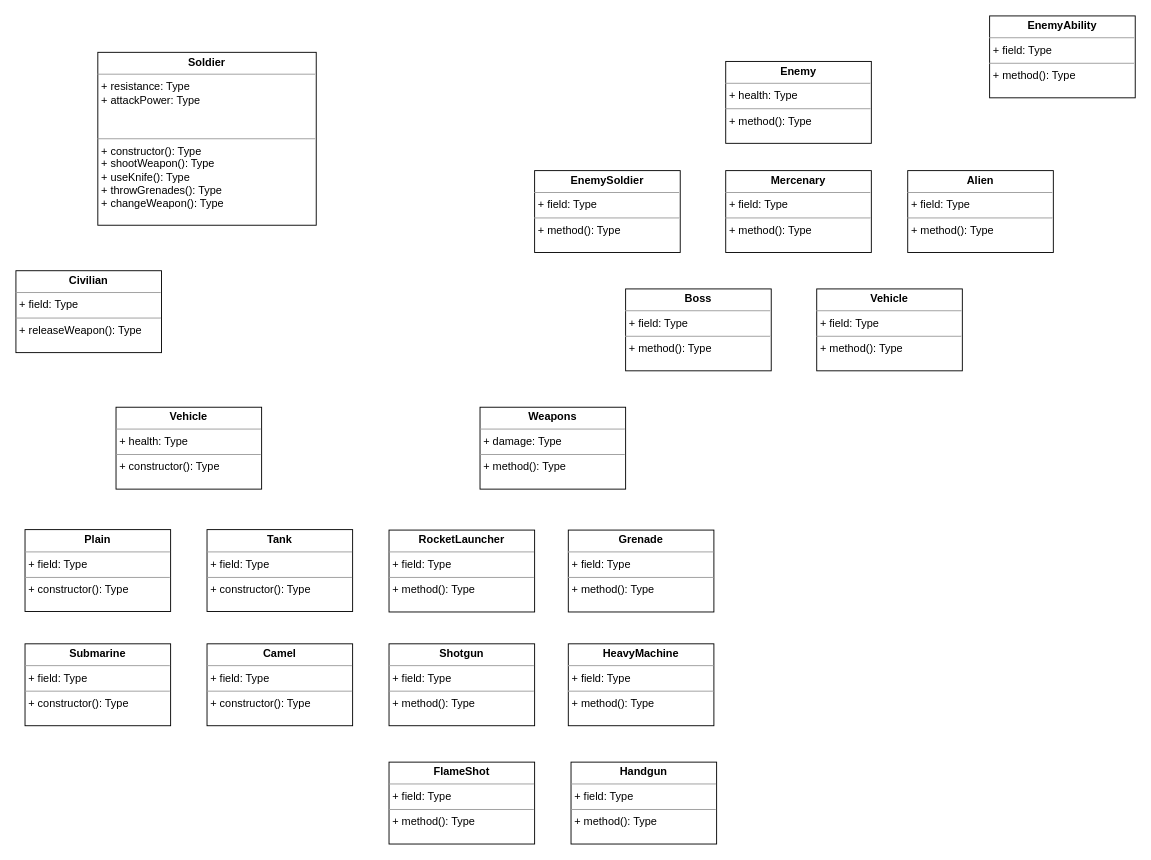
Earlier version of the draw.io diagram katas/metal-slug/samuel/DiagramClass.drawio (fjcoding/AT-BC-LAT-01). Source tidied: cells renumbered, new cells numbered last; positions are measured from the earlier drawing's top-left corner, leaving out a move shared by most shapes. Both pictures are drawn from the tidied source at 91%, with x=0, y=0 at pixel (15, 15).
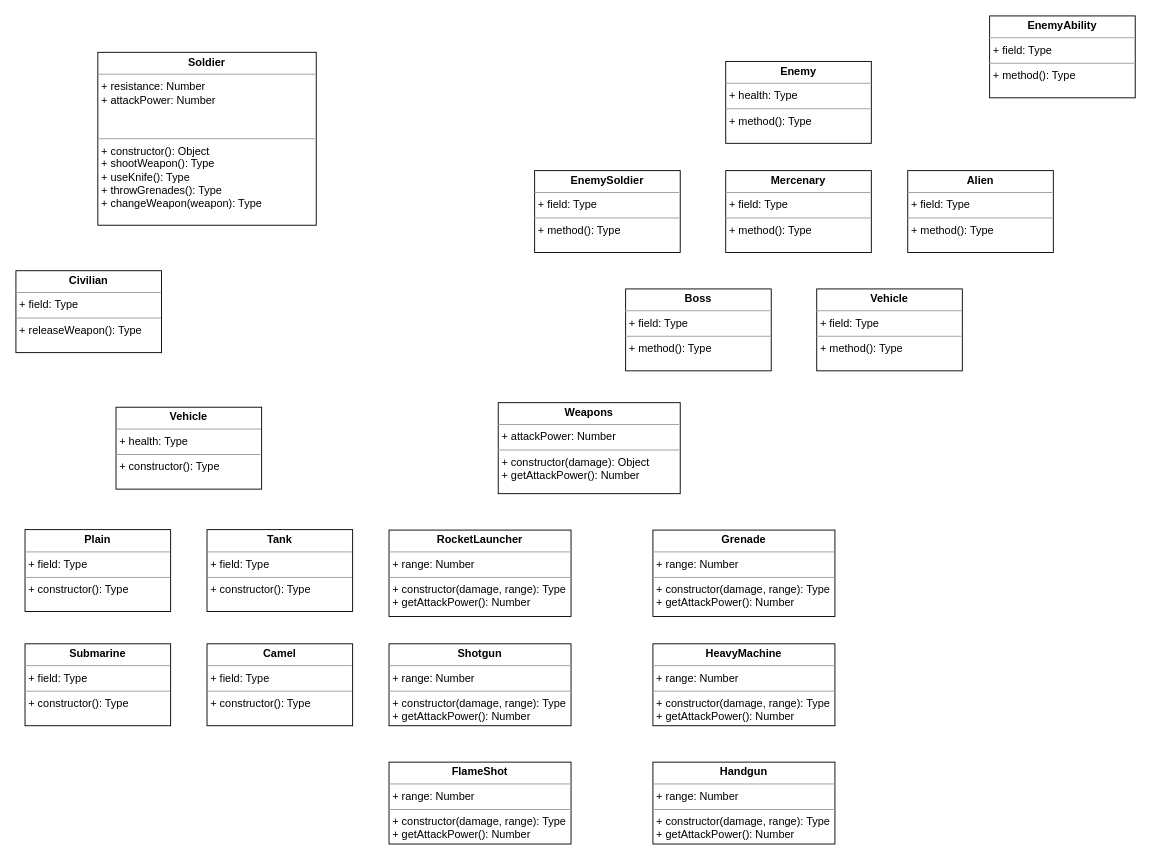
After the change.

Diff of the diagram source:
```diff
@@
-    <mxCell id="2" value="&lt;p style=&quot;margin: 0px ; margin-top: 4px ; text-align: center&quot;&gt;&lt;b&gt;Soldier&lt;/b&gt;&lt;/p&gt;&lt;hr size=&quot;1&quot;&gt;&lt;p style=&quot;margin: 0px ; margin-left: 4px&quot;&gt;&lt;span&gt;+ resistance: Type&lt;/span&gt;&lt;br&gt;&lt;/p&gt;&lt;p style=&quot;margin: 0px 0px 0px 4px&quot;&gt;+ attackPower: Type&lt;/p&gt;&lt;br&gt;&lt;p style=&quot;margin: 0px ; margin-left: 4px&quot;&gt;&amp;nbsp;&lt;/p&gt;&lt;hr size=&quot;1&quot;&gt;&lt;p style=&quot;margin: 0px 0px 0px 4px&quot;&gt;+ constructor(): Type&lt;/p&gt;&lt;p style=&quot;margin: 0px ; margin-left: 4px&quot;&gt;+ shootWeapon(): Type&lt;/p&gt;&lt;p style=&quot;margin: 0px 0px 0px 4px&quot;&gt;+ useKnife(): Type&lt;/p&gt;&lt;p style=&quot;margin: 0px 0px 0px 4px&quot;&gt;+ throwGrenades(): Type&lt;/p&gt;&lt;p style=&quot;margin: 0px 0px 0px 4px&quot;&gt;+ changeWeapon(): Type&lt;/p&gt;&lt;p style=&quot;margin: 0px 0px 0px 4px&quot;&gt;&lt;br&gt;&lt;/p&gt;" style="verticalAlign=top;align=left;overflow=fill;fontSize=12;fontFamily=Helvetica;html=1;" parent="1" vertex="1">
+    <mxCell id="2" value="&lt;p style=&quot;margin: 0px ; margin-top: 4px ; text-align: center&quot;&gt;&lt;b&gt;Soldier&lt;/b&gt;&lt;/p&gt;&lt;hr size=&quot;1&quot;&gt;&lt;p style=&quot;margin: 0px ; margin-left: 4px&quot;&gt;&lt;span&gt;+ resistance: Number&lt;/span&gt;&lt;br&gt;&lt;/p&gt;&lt;p style=&quot;margin: 0px 0px 0px 4px&quot;&gt;+ attackPower: Number&lt;/p&gt;&lt;br&gt;&lt;p style=&quot;margin: 0px ; margin-left: 4px&quot;&gt;&amp;nbsp;&lt;/p&gt;&lt;hr size=&quot;1&quot;&gt;&lt;p style=&quot;margin: 0px 0px 0px 4px&quot;&gt;+ constructor(): Object&lt;/p&gt;&lt;p style=&quot;margin: 0px ; margin-left: 4px&quot;&gt;+ shootWeapon(): Type&lt;/p&gt;&lt;p style=&quot;margin: 0px 0px 0px 4px&quot;&gt;+ useKnife(): Type&lt;/p&gt;&lt;p style=&quot;margin: 0px 0px 0px 4px&quot;&gt;+ throwGrenades(): Type&lt;/p&gt;&lt;p style=&quot;margin: 0px 0px 0px 4px&quot;&gt;+ changeWeapon(weapon): Type&lt;/p&gt;&lt;p style=&quot;margin: 0px 0px 0px 4px&quot;&gt;&lt;br&gt;&lt;/p&gt;" style="verticalAlign=top;align=left;overflow=fill;fontSize=12;fontFamily=Helvetica;html=1;" parent="1" vertex="1">
       <mxGeometry x="90" y="40" width="240" height="190" as="geometry" />
     </mxCell>
@@
-    <mxCell id="6" value="&lt;p style=&quot;margin: 0px ; margin-top: 4px ; text-align: center&quot;&gt;&lt;b&gt;Weapons&lt;/b&gt;&lt;/p&gt;&lt;hr size=&quot;1&quot;&gt;&lt;p style=&quot;margin: 0px ; margin-left: 4px&quot;&gt;+ damage: Type&lt;/p&gt;&lt;hr size=&quot;1&quot;&gt;&lt;p style=&quot;margin: 0px ; margin-left: 4px&quot;&gt;+ method(): Type&lt;/p&gt;" style="verticalAlign=top;align=left;overflow=fill;fontSize=12;fontFamily=Helvetica;html=1;" parent="1" vertex="1">
-      <mxGeometry x="510" y="430" width="160" height="90" as="geometry" />
+    <mxCell id="6" value="&lt;p style=&quot;margin: 0px ; margin-top: 4px ; text-align: center&quot;&gt;&lt;b&gt;Weapons&lt;/b&gt;&lt;/p&gt;&lt;hr size=&quot;1&quot;&gt;&lt;p style=&quot;margin: 0px ; margin-left: 4px&quot;&gt;+ attackPower: Number&lt;/p&gt;&lt;hr size=&quot;1&quot;&gt;&lt;p style=&quot;margin: 0px ; margin-left: 4px&quot;&gt;+ constructor(damage): Object&lt;/p&gt;&lt;p style=&quot;margin: 0px ; margin-left: 4px&quot;&gt;+ getAttackPower(): Number&lt;br&gt;&lt;/p&gt;" style="verticalAlign=top;align=left;overflow=fill;fontSize=12;fontFamily=Helvetica;html=1;" parent="1" vertex="1">
+      <mxGeometry x="530" y="425" width="200" height="100" as="geometry" />
     </mxCell>
@@
-    <mxCell id="11" value="&lt;p style=&quot;margin: 0px ; margin-top: 4px ; text-align: center&quot;&gt;&lt;b&gt;Grenade&lt;/b&gt;&lt;/p&gt;&lt;hr size=&quot;1&quot;&gt;&lt;p style=&quot;margin: 0px ; margin-left: 4px&quot;&gt;+ field: Type&lt;/p&gt;&lt;hr size=&quot;1&quot;&gt;&lt;p style=&quot;margin: 0px ; margin-left: 4px&quot;&gt;+ method(): Type&lt;/p&gt;" style="verticalAlign=top;align=left;overflow=fill;fontSize=12;fontFamily=Helvetica;html=1;" parent="1" vertex="1">
-      <mxGeometry x="607" y="565" width="160" height="90" as="geometry" />
+    <mxCell id="11" value="&lt;p style=&quot;margin: 0px ; margin-top: 4px ; text-align: center&quot;&gt;&lt;b&gt;Grenade&lt;/b&gt;&lt;/p&gt;&lt;hr size=&quot;1&quot;&gt;&lt;p style=&quot;margin: 0px ; margin-left: 4px&quot;&gt;+ range: Number&lt;/p&gt;&lt;hr size=&quot;1&quot;&gt;&lt;p style=&quot;margin: 0px ; margin-left: 4px&quot;&gt;+ constructor(damage, range): Type&lt;br&gt;&lt;/p&gt;&lt;p style=&quot;margin: 0px ; margin-left: 4px&quot;&gt;+ getAttackPower(): Number&lt;br&gt;&lt;/p&gt;" style="verticalAlign=top;align=left;overflow=fill;fontSize=12;fontFamily=Helvetica;html=1;" parent="1" vertex="1">
+      <mxGeometry x="700" y="565" width="200" height="95" as="geometry" />
     </mxCell>
-    <mxCell id="12" value="&lt;p style=&quot;margin: 0px ; margin-top: 4px ; text-align: center&quot;&gt;&lt;b&gt;Shotgun&lt;/b&gt;&lt;/p&gt;&lt;hr size=&quot;1&quot;&gt;&lt;p style=&quot;margin: 0px ; margin-left: 4px&quot;&gt;+ field: Type&lt;/p&gt;&lt;hr size=&quot;1&quot;&gt;&lt;p style=&quot;margin: 0px ; margin-left: 4px&quot;&gt;+ method(): Type&lt;/p&gt;" style="verticalAlign=top;align=left;overflow=fill;fontSize=12;fontFamily=Helvetica;html=1;" parent="1" vertex="1">
-      <mxGeometry x="410" y="690" width="160" height="90" as="geometry" />
+    <mxCell id="12" value="&lt;p style=&quot;margin: 0px ; margin-top: 4px ; text-align: center&quot;&gt;&lt;b&gt;Shotgun&lt;/b&gt;&lt;/p&gt;&lt;hr size=&quot;1&quot;&gt;&lt;p style=&quot;margin: 0px ; margin-left: 4px&quot;&gt;+ range: Number&lt;/p&gt;&lt;hr size=&quot;1&quot;&gt;&lt;p style=&quot;margin: 0px ; margin-left: 4px&quot;&gt;+ constructor(damage, range): Type&lt;br&gt;&lt;/p&gt;&lt;p style=&quot;margin: 0px ; margin-left: 4px&quot;&gt;+ getAttackPower(): Number&lt;br&gt;&lt;/p&gt;" style="verticalAlign=top;align=left;overflow=fill;fontSize=12;fontFamily=Helvetica;html=1;" parent="1" vertex="1">
+      <mxGeometry x="410" y="690" width="200" height="90" as="geometry" />
     </mxCell>
-    <mxCell id="13" value="&lt;p style=&quot;margin: 0px ; margin-top: 4px ; text-align: center&quot;&gt;&lt;b&gt;HeavyMachine&lt;/b&gt;&lt;/p&gt;&lt;hr size=&quot;1&quot;&gt;&lt;p style=&quot;margin: 0px ; margin-left: 4px&quot;&gt;+ field: Type&lt;/p&gt;&lt;hr size=&quot;1&quot;&gt;&lt;p style=&quot;margin: 0px ; margin-left: 4px&quot;&gt;+ method(): Type&lt;/p&gt;" style="verticalAlign=top;align=left;overflow=fill;fontSize=12;fontFamily=Helvetica;html=1;" parent="1" vertex="1">
-      <mxGeometry x="607" y="690" width="160" height="90" as="geometry" />
+    <mxCell id="13" value="&lt;p style=&quot;margin: 0px ; margin-top: 4px ; text-align: center&quot;&gt;&lt;b&gt;HeavyMachine&lt;/b&gt;&lt;/p&gt;&lt;hr size=&quot;1&quot;&gt;&lt;p style=&quot;margin: 0px ; margin-left: 4px&quot;&gt;+ range: Number&lt;/p&gt;&lt;hr size=&quot;1&quot;&gt;&lt;p style=&quot;margin: 0px ; margin-left: 4px&quot;&gt;+ constructor(damage, range): Type&lt;br&gt;&lt;/p&gt;&lt;p style=&quot;margin: 0px ; margin-left: 4px&quot;&gt;+ getAttackPower(): Number&lt;br&gt;&lt;/p&gt;" style="verticalAlign=top;align=left;overflow=fill;fontSize=12;fontFamily=Helvetica;html=1;" parent="1" vertex="1">
+      <mxGeometry x="700" y="690" width="200" height="90" as="geometry" />
     </mxCell>
-    <mxCell id="14" value="&lt;p style=&quot;margin: 0px ; margin-top: 4px ; text-align: center&quot;&gt;&lt;b&gt;RocketLauncher&lt;/b&gt;&lt;/p&gt;&lt;hr size=&quot;1&quot;&gt;&lt;p style=&quot;margin: 0px ; margin-left: 4px&quot;&gt;+ field: Type&lt;/p&gt;&lt;hr size=&quot;1&quot;&gt;&lt;p style=&quot;margin: 0px ; margin-left: 4px&quot;&gt;+ method(): Type&lt;/p&gt;" style="verticalAlign=top;align=left;overflow=fill;fontSize=12;fontFamily=Helvetica;html=1;" parent="1" vertex="1">
-      <mxGeometry x="410" y="565" width="160" height="90" as="geometry" />
+    <mxCell id="14" value="&lt;p style=&quot;margin: 0px ; margin-top: 4px ; text-align: center&quot;&gt;&lt;b&gt;RocketLauncher&lt;/b&gt;&lt;/p&gt;&lt;hr size=&quot;1&quot;&gt;&lt;p style=&quot;margin: 0px ; margin-left: 4px&quot;&gt;+ range: Number&lt;/p&gt;&lt;hr size=&quot;1&quot;&gt;&lt;p style=&quot;margin: 0px ; margin-left: 4px&quot;&gt;+ constructor(damage, range): Type&lt;/p&gt;&lt;p style=&quot;margin: 0px ; margin-left: 4px&quot;&gt;+ getAttackPower(): Number&lt;br&gt;&lt;/p&gt;&lt;div&gt;&lt;br&gt;&lt;/div&gt;" style="verticalAlign=top;align=left;overflow=fill;fontSize=12;fontFamily=Helvetica;html=1;" parent="1" vertex="1">
+      <mxGeometry x="410" y="565" width="200" height="95" as="geometry" />
     </mxCell>
-    <mxCell id="15" value="&lt;p style=&quot;margin: 0px ; margin-top: 4px ; text-align: center&quot;&gt;&lt;b&gt;FlameShot&lt;/b&gt;&lt;/p&gt;&lt;hr size=&quot;1&quot;&gt;&lt;p style=&quot;margin: 0px ; margin-left: 4px&quot;&gt;+ field: Type&lt;/p&gt;&lt;hr size=&quot;1&quot;&gt;&lt;p style=&quot;margin: 0px ; margin-left: 4px&quot;&gt;+ method(): Type&lt;/p&gt;" style="verticalAlign=top;align=left;overflow=fill;fontSize=12;fontFamily=Helvetica;html=1;" parent="1" vertex="1">
-      <mxGeometry x="410" y="820" width="160" height="90" as="geometry" />
+    <mxCell id="15" value="&lt;p style=&quot;margin: 0px ; margin-top: 4px ; text-align: center&quot;&gt;&lt;b&gt;FlameShot&lt;/b&gt;&lt;/p&gt;&lt;hr size=&quot;1&quot;&gt;&lt;p style=&quot;margin: 0px ; margin-left: 4px&quot;&gt;+ range: Number&lt;/p&gt;&lt;hr size=&quot;1&quot;&gt;&lt;p style=&quot;margin: 0px ; margin-left: 4px&quot;&gt;+ constructor(damage, range): Type&lt;br&gt;&lt;/p&gt;&lt;p style=&quot;margin: 0px ; margin-left: 4px&quot;&gt;+ getAttackPower(): Number&lt;br&gt;&lt;/p&gt;" style="verticalAlign=top;align=left;overflow=fill;fontSize=12;fontFamily=Helvetica;html=1;" parent="1" vertex="1">
+      <mxGeometry x="410" y="820" width="200" height="90" as="geometry" />
     </mxCell>
-    <mxCell id="16" value="&lt;p style=&quot;margin: 0px ; margin-top: 4px ; text-align: center&quot;&gt;&lt;b&gt;Handgun&lt;/b&gt;&lt;/p&gt;&lt;hr size=&quot;1&quot;&gt;&lt;p style=&quot;margin: 0px ; margin-left: 4px&quot;&gt;+ field: Type&lt;/p&gt;&lt;hr size=&quot;1&quot;&gt;&lt;p style=&quot;margin: 0px ; margin-left: 4px&quot;&gt;+ method(): Type&lt;/p&gt;" style="verticalAlign=top;align=left;overflow=fill;fontSize=12;fontFamily=Helvetica;html=1;" parent="1" vertex="1">
-      <mxGeometry x="610" y="820" width="160" height="90" as="geometry" />
+    <mxCell id="16" value="&lt;p style=&quot;margin: 0px ; margin-top: 4px ; text-align: center&quot;&gt;&lt;b&gt;Handgun&lt;/b&gt;&lt;/p&gt;&lt;hr size=&quot;1&quot;&gt;&lt;p style=&quot;margin: 0px ; margin-left: 4px&quot;&gt;+ range: Number&lt;/p&gt;&lt;hr size=&quot;1&quot;&gt;&lt;p style=&quot;margin: 0px ; margin-left: 4px&quot;&gt;+ constructor(damage, range): Type&lt;br&gt;&lt;/p&gt;&lt;p style=&quot;margin: 0px ; margin-left: 4px&quot;&gt;+ getAttackPower(): Number&lt;br&gt;&lt;/p&gt;" style="verticalAlign=top;align=left;overflow=fill;fontSize=12;fontFamily=Helvetica;html=1;" parent="1" vertex="1">
+      <mxGeometry x="700" y="820" width="200" height="90" as="geometry" />
     </mxCell>
```
